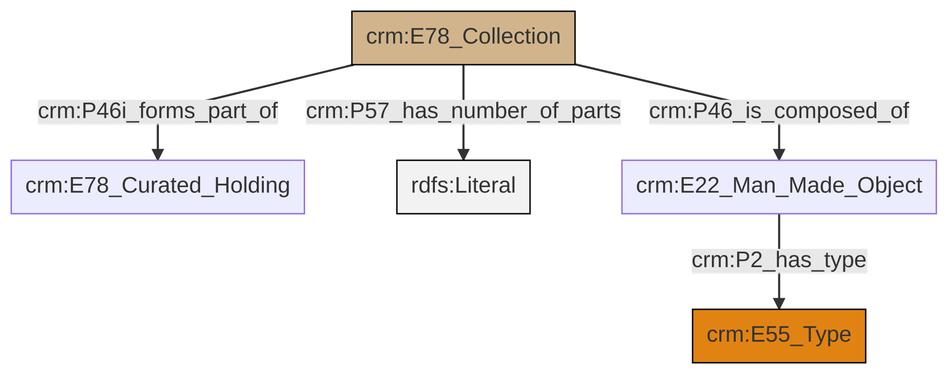
Earlier version of the Mermaid export et/archivalCSV/ttl/mmd/png/archival_parthood.png (swiss-art-research-net/docs.swissartresearch). Its source is kept beside it as et/archivalCSV/ttl/mmd/archival_parthood.ttl.mmd.
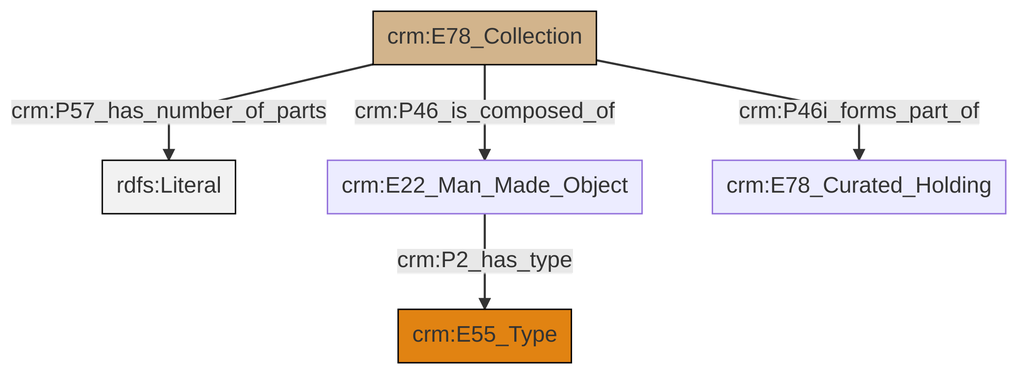
The same diagram one commit later.

Change to the diagram source:
```diff
@@ -13,7 +13,7 @@
 classDef PC_Classes fill:#4ce600, stroke:#000000;
 classDef Multi fill:#cccccc,stroke:#000000;
 
-2["crm:E78_Collection"]:::Physical_Thing -->|crm:P46i_forms_part_of| 0["crm:E78_Curated_Holding"]:::Default
-2["crm:E78_Collection"]:::Physical_Thing -->|crm:P57_has_number_of_parts| 4[rdfs:Literal]:::Literal
-2["crm:E78_Collection"]:::Physical_Thing -->|crm:P46_is_composed_of| 5["crm:E22_Man_Made_Object"]:::Default
-5["crm:E22_Man_Made_Object"]:::Default -->|crm:P2_has_type| 6["crm:E55_Type"]:::Type
+0["crm:E78_Collection"]:::Physical_Thing -->|crm:P57_has_number_of_parts| 1[rdfs:Literal]:::Literal
+0["crm:E78_Collection"]:::Physical_Thing -->|crm:P46_is_composed_of| 2["crm:E22_Man_Made_Object"]:::Default
+0["crm:E78_Collection"]:::Physical_Thing -->|crm:P46i_forms_part_of| 3["crm:E78_Curated_Holding"]:::Default
+2["crm:E22_Man_Made_Object"]:::Default -->|crm:P2_has_type| 4["crm:E55_Type"]:::Type
```
